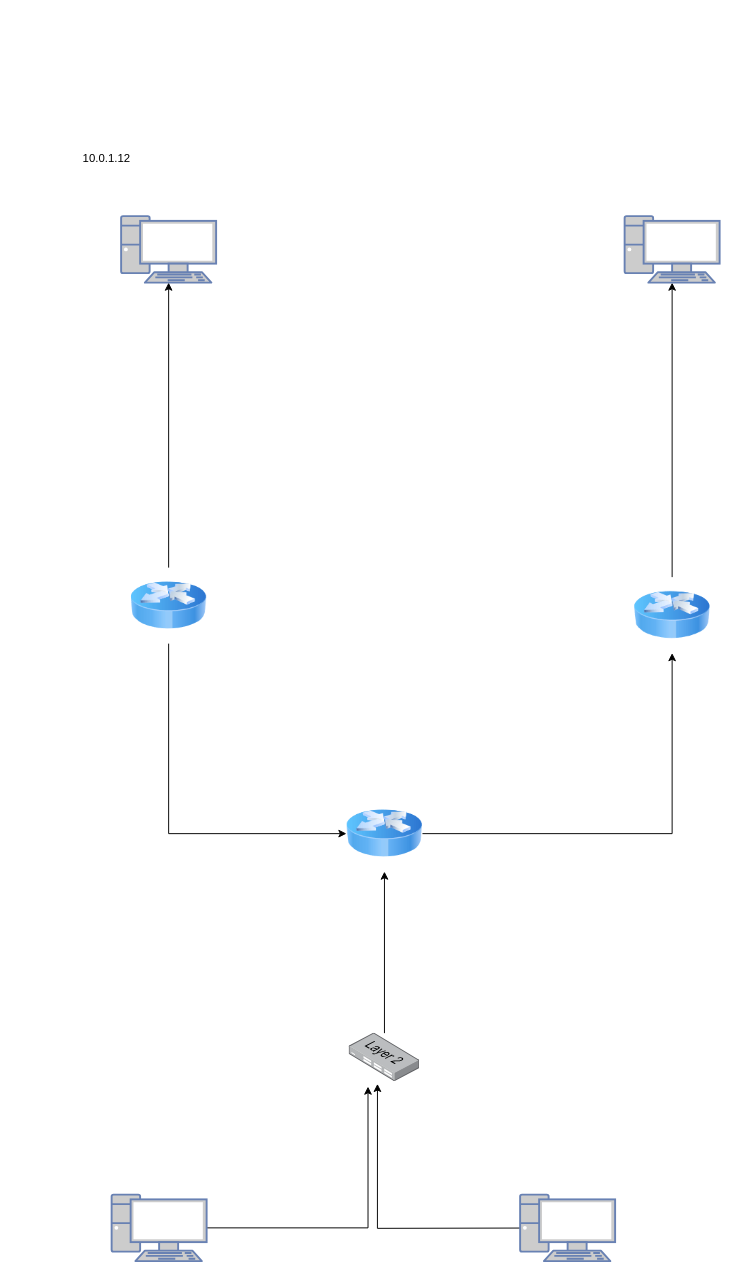
This is Diagramme sans nom.drawio from Nicolas-M01/Utiliser-GNU-Linux-comme-routeur-IP, a draw.io file, before an edit. Source tidied: cells renumbered, new cells numbered last; positions are measured from the earlier drawing's top-left corner, leaving out a move shared by most shapes. Both pictures are drawn from the tidied source at 95%, with x=0, y=0 at pixel (16, 130).
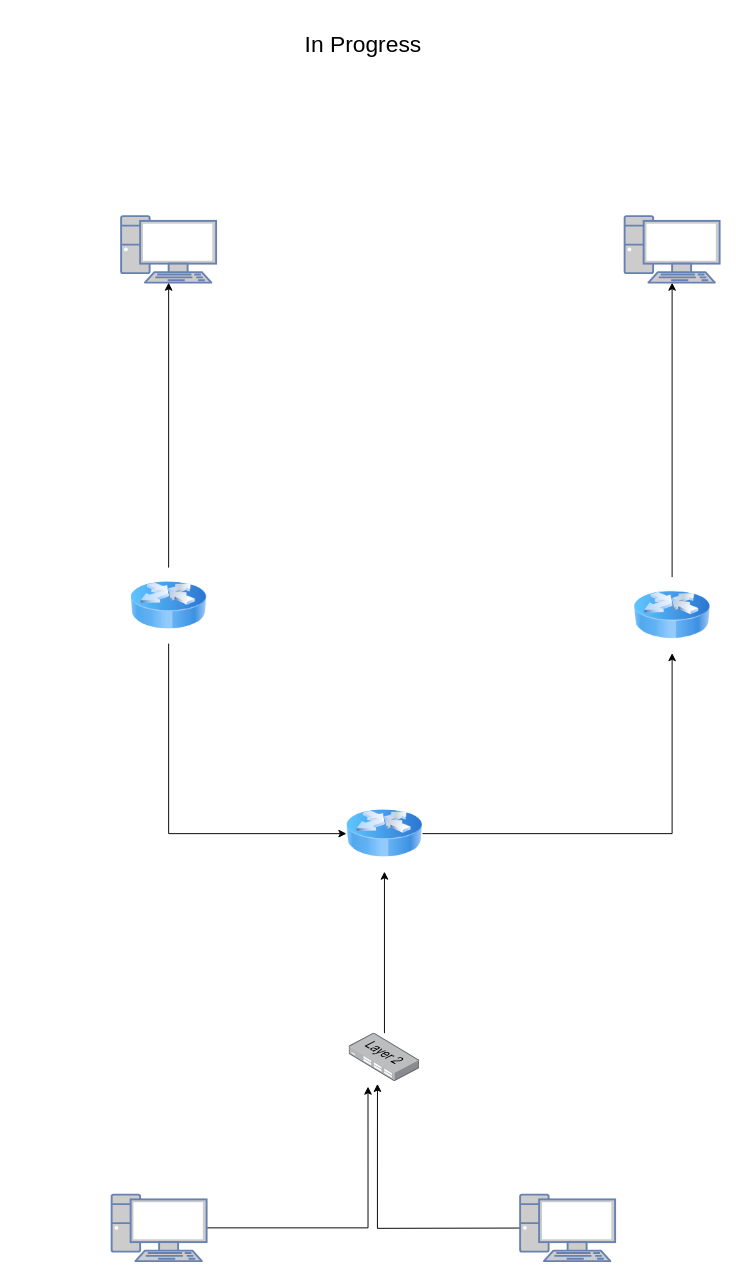
After the change.

Commit message:
Schéma synoptique

Change to the diagram source:
```diff
@@
 <mxGraphModel>
   <root>
     <mxCell id="0" />
     <mxCell id="1" parent="0" />
     <mxCell id="2" style="edgeStyle=orthogonalEdgeStyle;rounded=0;jettySize=auto;html=1;exitX=0.5;exitY=1;exitDx=0;exitDy=0;entryX=0;entryY=0.5;entryDx=0;entryDy=0;" parent="1" edge="1" source="3" target="7">
       <mxGeometry relative="1" as="geometry" />
     </mxCell>
     <mxCell id="3" style="image;html=1;image=img/lib/clip_art/networking/Router_Icon_128x128.png;" parent="1" vertex="1">
       <mxGeometry x="120" y="460" width="80" height="80" as="geometry" />
     </mxCell>
     <mxCell id="4" style="edgeStyle=orthogonalEdgeStyle;rounded=0;jettySize=auto;html=1;" parent="1" edge="1" source="5" target="9">
       <mxGeometry relative="1" as="geometry" />
     </mxCell>
     <mxCell id="5" style="image;html=1;image=img/lib/clip_art/networking/Router_Icon_128x128.png;" parent="1" vertex="1">
       <mxGeometry x="650" y="470" width="80" height="80" as="geometry" />
     </mxCell>
     <mxCell id="6" style="edgeStyle=orthogonalEdgeStyle;rounded=0;jettySize=auto;html=1;" parent="1" edge="1" source="7" target="5">
       <mxGeometry relative="1" as="geometry" />
     </mxCell>
     <mxCell id="7" style="image;html=1;image=img/lib/clip_art/networking/Router_Icon_128x128.png;" parent="1" vertex="1">
       <mxGeometry x="347.2" y="700" width="80" height="80" as="geometry" />
     </mxCell>
     <mxCell id="8" style="fontColor=#0066CC;verticalAlign=top;verticalLabelPosition=bottom;labelPosition=center;align=center;html=1;outlineConnect=0;fillColor=#CCCCCC;strokeColor=#6881B3;gradientColor=none;gradientDirection=north;strokeWidth=2;shape=mxgraph.networks.pc;" parent="1" vertex="1">
       <mxGeometry x="110" y="90" width="100" height="70" as="geometry" />
     </mxCell>
     <mxCell id="9" style="fontColor=#0066CC;verticalAlign=top;verticalLabelPosition=bottom;labelPosition=center;align=center;html=1;outlineConnect=0;fillColor=#CCCCCC;strokeColor=#6881B3;gradientColor=none;gradientDirection=north;strokeWidth=2;shape=mxgraph.networks.pc;" parent="1" vertex="1">
       <mxGeometry x="640" y="90" width="100" height="70" as="geometry" />
     </mxCell>
     <mxCell id="10" style="edgeStyle=orthogonalEdgeStyle;rounded=0;jettySize=auto;html=1;entryX=0.267;entryY=1.104;entryDx=0;entryDy=0;entryPerimeter=0;" parent="1" edge="1" source="11" target="15">
       <mxGeometry relative="1" as="geometry" />
     </mxCell>
     <mxCell id="11" style="fontColor=#0066CC;verticalAlign=top;verticalLabelPosition=bottom;labelPosition=center;align=center;html=1;outlineConnect=0;fillColor=#CCCCCC;strokeColor=#6881B3;gradientColor=none;gradientDirection=north;strokeWidth=2;shape=mxgraph.networks.pc;" parent="1" vertex="1">
       <mxGeometry x="100" y="1120" width="100" height="70" as="geometry" />
     </mxCell>
     <mxCell id="12" style="edgeStyle=orthogonalEdgeStyle;rounded=0;jettySize=auto;html=1;entryX=0.401;entryY=1.048;entryDx=0;entryDy=0;entryPerimeter=0;" parent="1" edge="1" target="15">
       <mxGeometry relative="1" as="geometry">
         <mxPoint x="620" y="1155" as="sourcePoint" />
       </mxGeometry>
     </mxCell>
     <mxCell id="13" style="fontColor=#0066CC;verticalAlign=top;verticalLabelPosition=bottom;labelPosition=center;align=center;html=1;fillColor=#CCCCCC;strokeColor=#6881B3;gradientColor=none;gradientDirection=north;strokeWidth=2;shape=mxgraph.networks.pc;" parent="1" vertex="1">
       <mxGeometry x="530" y="1120" width="100" height="70" as="geometry" />
     </mxCell>
     <mxCell id="14" style="edgeStyle=orthogonalEdgeStyle;rounded=0;jettySize=auto;html=1;" parent="1" edge="1" source="15" target="7">
       <mxGeometry relative="1" as="geometry" />
     </mxCell>
     <mxCell id="15" style="image;points=[];html=1;align=center;shadow=0;dashed=0;image=img/lib/allied_telesis/switch/Switch_24_port_L2.svg;" parent="1" vertex="1">
       <mxGeometry x="350" y="950" width="74.4" height="51" as="geometry" />
     </mxCell>
     <mxCell id="16" style="edgeStyle=orthogonalEdgeStyle;rounded=0;jettySize=auto;html=1;entryX=0.5;entryY=1;entryDx=0;entryDy=0;entryPerimeter=0;" parent="1" edge="1" source="3" target="8">
       <mxGeometry relative="1" as="geometry" />
     </mxCell>
-    <mxCell id="17" value="10.0.1.12" style="text;html=1;align=center;verticalAlign=middle;whiteSpace=wrap;rounded=0;" parent="1" vertex="1">
-      <mxGeometry width="190" height="60" as="geometry" />
+    <mxCell id="17" value="&lt;font face=&quot;artos&quot; style=&quot;font-size: 24px;&quot;&gt;In Progress&lt;/font&gt;" style="text;html=1;align=center;verticalAlign=middle;whiteSpace=wrap;rounded=0;" parent="1" vertex="1">
+      <mxGeometry x="270" y="-120" width="190" height="60" as="geometry" />
     </mxCell>
   </root>
 </mxGraphModel>
```
